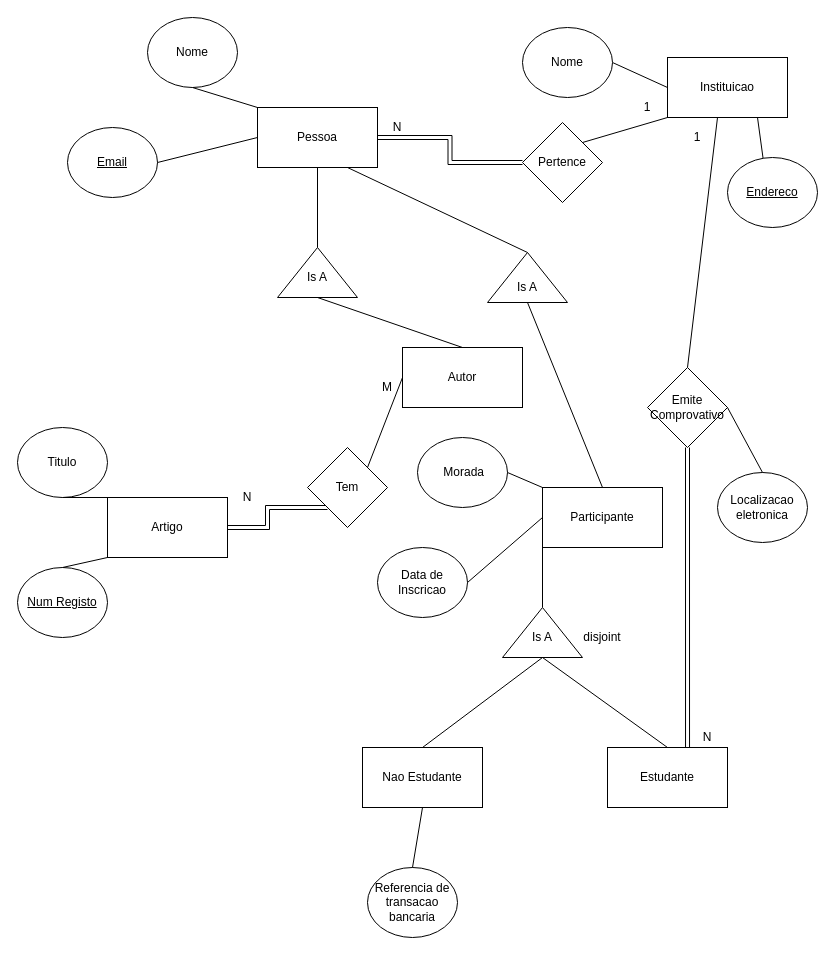
ahridesu/guioes-BD keeps this draw.io diagram as G01/ex3.drawio. Above is the earlier version. Source tidied: cells renumbered, new cells numbered last; positions are measured from the earlier drawing's top-left corner, leaving out a move shared by most shapes. Both pictures are drawn from the tidied source at 100%, with x=0, y=0 at pixel (17, 17).
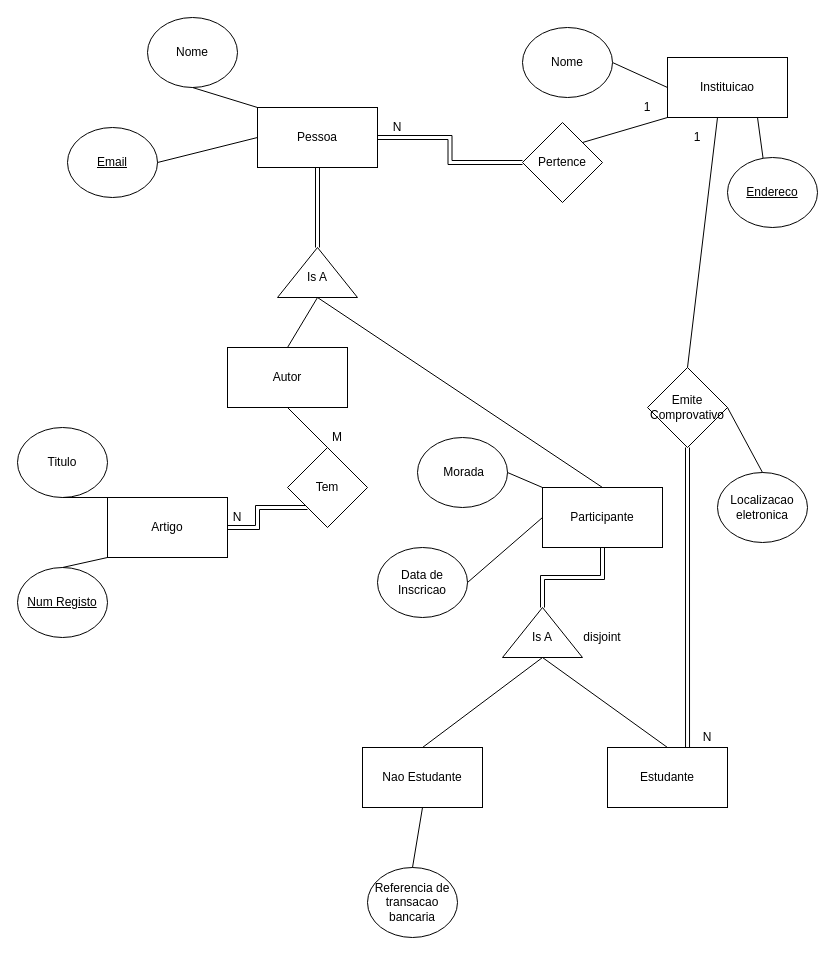
Above is the later version.

The change refers to these unchanged cells:
```xml
<mxCell id="18" value="Pessoa" style="rounded=0;whiteSpace=wrap;html=1;" parent="1" vertex="1">
  <mxGeometry x="240" y="90" width="120" height="60" as="geometry" />
</mxCell>
<mxCell id="19" style="verticalLabelPosition=bottom;verticalAlign=top;html=1;shape=mxgraph.basic.acute_triangle;dx=0.5;" parent="1" vertex="1">
  <mxGeometry x="260" y="230" width="80" height="50" as="geometry" />
</mxCell>
<mxCell id="33" value="Participante" style="rounded=0;whiteSpace=wrap;html=1;" parent="1" vertex="1">
  <mxGeometry x="525" y="470" width="120" height="60" as="geometry" />
</mxCell>
<mxCell id="40" style="verticalLabelPosition=bottom;verticalAlign=top;html=1;shape=mxgraph.basic.acute_triangle;dx=0.5;" parent="1" vertex="1">
  <mxGeometry x="485" y="590" width="80" height="50" as="geometry" />
</mxCell>
```

Change to the diagram source:
```diff
@@
     <mxCell id="8" value="Tem" style="rhombus;whiteSpace=wrap;html=1;" parent="1" vertex="1">
-      <mxGeometry x="290" y="430" width="80" height="80" as="geometry" />
+      <mxGeometry x="270" y="430" width="80" height="80" as="geometry" />
     </mxCell>
-    <mxCell id="9" style="endArrow=none;html=1;exitX=1;exitY=0;exitDx=0;exitDy=0;entryX=0;entryY=0.5;entryDx=0;entryDy=0;" parent="1" edge="1" source="8" target="10">
+    <mxCell id="9" style="endArrow=none;html=1;exitX=0.5;exitY=0;exitDx=0;exitDy=0;entryX=0.5;entryY=1;entryDx=0;entryDy=0;" parent="1" edge="1" source="8" target="10">
       <mxGeometry relative="1" as="geometry" />
     </mxCell>
     <mxCell id="10" value="Autor" style="rounded=0;whiteSpace=wrap;html=1;" parent="1" vertex="1">
-      <mxGeometry x="385" y="330" width="120" height="60" as="geometry" />
+      <mxGeometry x="210" y="330" width="120" height="60" as="geometry" />
     </mxCell>
@@
     <mxCell id="15" value="N" style="text;html=1;strokeColor=none;fillColor=none;align=center;verticalAlign=middle;whiteSpace=wrap;rounded=0;" parent="1" vertex="1">
-      <mxGeometry x="210" y="470" width="40" height="20" as="geometry" />
+      <mxGeometry x="200" y="490" width="40" height="20" as="geometry" />
     </mxCell>
     <mxCell id="16" value="M" style="text;html=1;strokeColor=none;fillColor=none;align=center;verticalAlign=middle;whiteSpace=wrap;rounded=0;" parent="1" vertex="1">
-      <mxGeometry x="350" y="360" width="40" height="20" as="geometry" />
+      <mxGeometry x="300" y="410" width="40" height="20" as="geometry" />
     </mxCell>
@@
+    <mxCell id="59" style="edgeStyle=orthogonalEdgeStyle;shape=link;rounded=0;jettySize=auto;html=1;exitX=0.5;exitY=1;exitDx=0;exitDy=0;" parent="1" edge="1" source="18" target="19">
+      <mxGeometry relative="1" as="geometry" />
+    </mxCell>
@@
-    <mxCell id="21" style="endArrow=none;html=1;entryX=0.5;entryY=1;entryDx=0;entryDy=0;exitX=0;exitY=0;exitDx=40;exitDy=0;exitPerimeter=0;" parent="1" edge="1" source="19" target="18">
-      <mxGeometry relative="1" as="geometry" />
-    </mxCell>
@@
-    <mxCell id="30" style="endArrow=none;html=1;entryX=0.75;entryY=1;entryDx=0;entryDy=0;exitX=0;exitY=0;exitDx=40;exitDy=0;exitPerimeter=0;" parent="1" edge="1" source="31" target="18">
-      <mxGeometry relative="1" as="geometry" />
-    </mxCell>
-    <mxCell id="31" style="verticalLabelPosition=bottom;verticalAlign=top;html=1;shape=mxgraph.basic.acute_triangle;dx=0.5;" parent="1" vertex="1">
-      <mxGeometry x="470" y="235" width="80" height="50" as="geometry" />
-    </mxCell>
-    <mxCell id="32" style="endArrow=none;html=1;entryX=0.5;entryY=1;entryDx=0;entryDy=0;entryPerimeter=0;exitX=0.5;exitY=0;exitDx=0;exitDy=0;" parent="1" edge="1" source="33" target="31">
+    <mxCell id="32" style="endArrow=none;html=1;entryX=0.5;entryY=1;entryDx=0;entryDy=0;entryPerimeter=0;exitX=0.5;exitY=0;exitDx=0;exitDy=0;" parent="1" edge="1" source="33" target="19">
       <mxGeometry relative="1" as="geometry" />
     </mxCell>
+    <mxCell id="60" style="edgeStyle=orthogonalEdgeStyle;shape=link;rounded=0;jettySize=auto;html=1;exitX=0.5;exitY=1;exitDx=0;exitDy=0;entryX=0;entryY=0;entryDx=40;entryDy=0;entryPerimeter=0;" parent="1" edge="1" source="33" target="40">
+      <mxGeometry relative="1" as="geometry" />
+    </mxCell>
@@
-    <mxCell id="34" value="Is A" style="text;html=1;strokeColor=none;fillColor=none;align=center;verticalAlign=middle;whiteSpace=wrap;rounded=0;" parent="1" vertex="1">
-      <mxGeometry x="490" y="260" width="40" height="20" as="geometry" />
-    </mxCell>
@@
-    <mxCell id="39" style="endArrow=none;html=1;entryX=0;entryY=1;entryDx=0;entryDy=0;exitX=0;exitY=0;exitDx=40;exitDy=0;exitPerimeter=0;" parent="1" edge="1" source="40" target="33">
-      <mxGeometry relative="1" as="geometry" />
-    </mxCell>
```
